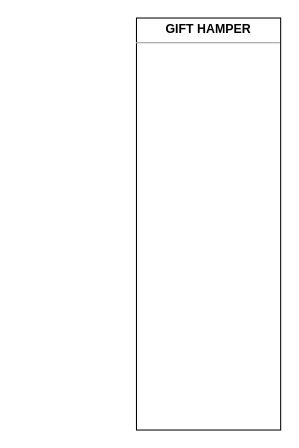
sonukshatriya/flowchart keeps this draw.io diagram as page "Page-2" (2 of 2) of gifthamper.drawio. Above is the earlier version. Source tidied: cells renumbered, new cells numbered last; positions are measured from the earlier drawing's top-left corner, leaving out a move shared by most shapes. Both pictures are drawn from the tidied source at 103%, with x=0, y=0 at pixel (136, 18).
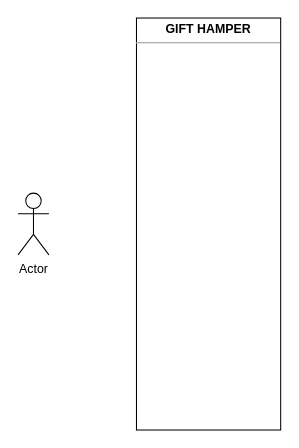
Above is the later version.

The edit, as a diff of the source:
```diff
@@
 <mxGraphModel>
   <root>
     <mxCell id="0" />
     <mxCell id="1" parent="0" />
     <mxCell id="2" value="&lt;p style=&quot;margin:0px;margin-top:4px;text-align:center;&quot;&gt;&lt;b&gt;GIFT HAMPER&lt;/b&gt;&lt;/p&gt;&lt;hr size=&quot;1&quot;&gt;&lt;div style=&quot;height:2px;&quot;&gt;&lt;/div&gt;" style="verticalAlign=top;align=left;overflow=fill;fontSize=12;fontFamily=Helvetica;html=1;" parent="1" vertex="1">
       <mxGeometry width="140" height="400" as="geometry" />
     </mxCell>
+    <mxCell id="3" value="Actor" style="shape=umlActor;verticalLabelPosition=bottom;verticalAlign=top;html=1;" parent="1" vertex="1">
+      <mxGeometry x="-115" y="170" width="30" height="60" as="geometry" />
+    </mxCell>
   </root>
 </mxGraphModel>
```
